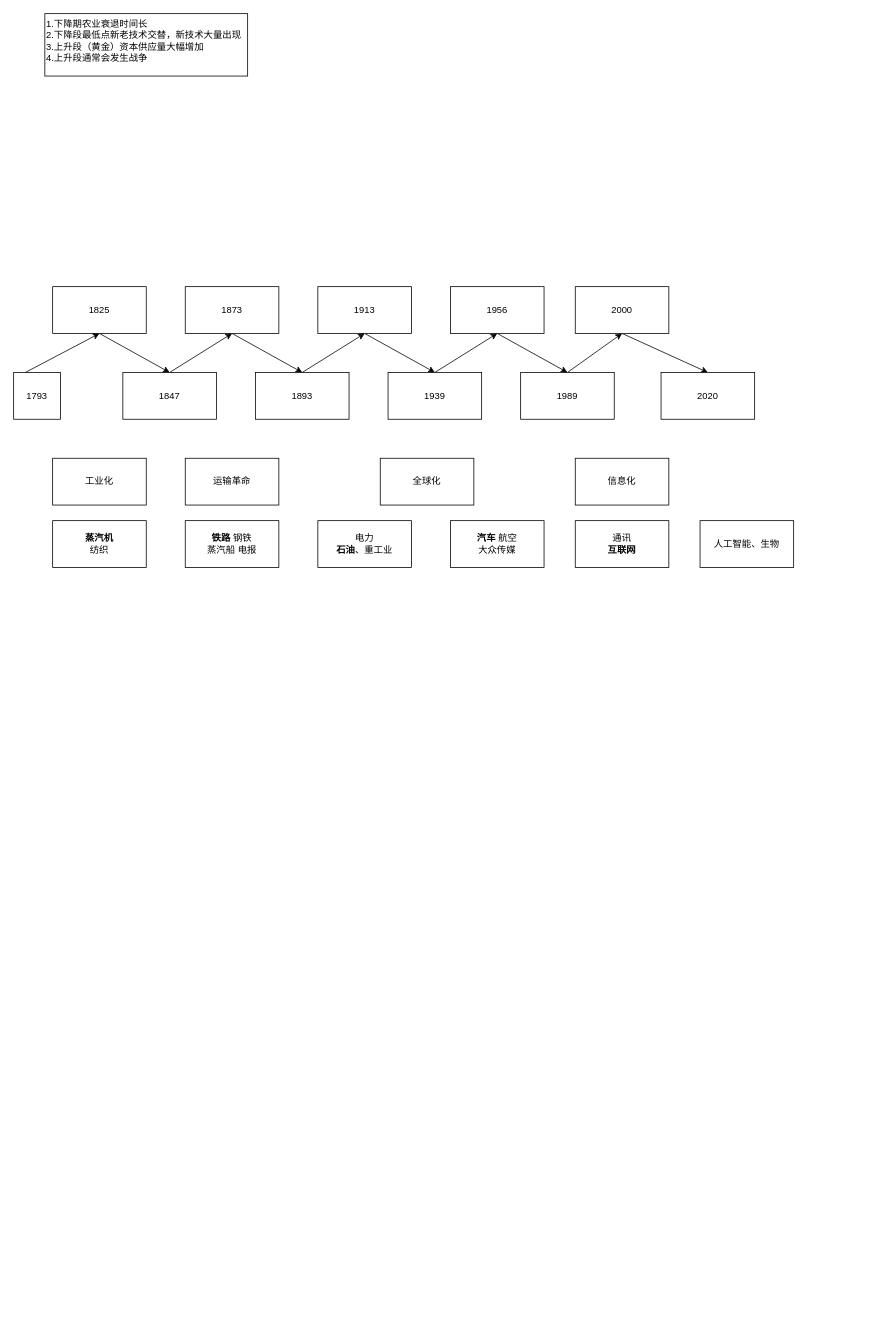
Before: 经济周期.drawio in CaptainCCCP/Draw-io-cloud, a draw.io diagram. Source tidied: cells renumbered, new cells numbered last; positions are measured from the earlier drawing's top-left corner, leaving out a move shared by most shapes. Both pictures are drawn from the tidied source at 78%, with x=0, y=0 at pixel (13, 13).
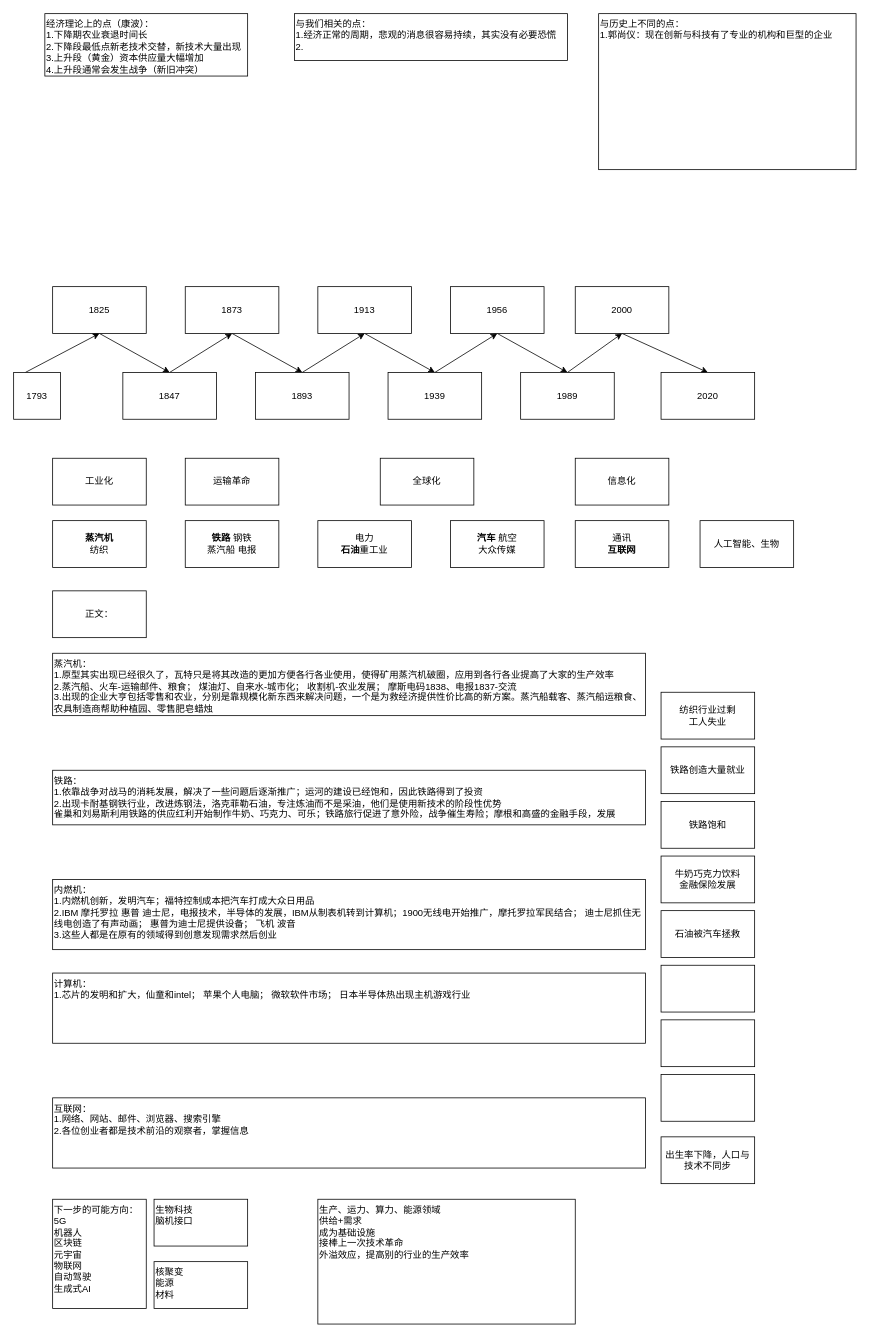
The same diagram, later.

Commit message:
更新经济周期.drawio

Change to the diagram source:
```diff
@@
-    <mxCell id="13" value="电力&lt;div&gt;&lt;b&gt;石油&lt;/b&gt;、重工业&lt;/div&gt;" style="whiteSpace=wrap;html=1;" parent="1" vertex="1">
+    <mxCell id="13" value="电力&lt;div&gt;&lt;b&gt;石油&lt;/b&gt;重工业&lt;/div&gt;" style="whiteSpace=wrap;html=1;" parent="1" vertex="1">
       <mxGeometry x="390" y="650" width="120" height="60" as="geometry" />
     </mxCell>
@@
-    <mxCell id="33" value="1.下降期农业衰退时间长&lt;div&gt;2.下降段最低点新老技术交替，新技术大量出现&lt;/div&gt;&lt;div&gt;3.上升段（黄金）资本供应量大幅增加&lt;/div&gt;&lt;div&gt;4.上升段通常会发生战争&lt;/div&gt;&lt;div&gt;&lt;br&gt;&lt;/div&gt;" style="whiteSpace=wrap;html=1;align=left;verticalAlign=top;" parent="1" vertex="1">
+    <mxCell id="33" value="&lt;div&gt;经济理论上的点（康波）：&lt;/div&gt;1.下降期农业衰退时间长&lt;div&gt;2.下降段最低点新老技术交替，新技术大量出现&lt;/div&gt;&lt;div&gt;3.上升段（黄金）资本供应量大幅增加&lt;/div&gt;&lt;div&gt;4.上升段通常会发生战争（新旧冲突）&lt;/div&gt;&lt;div&gt;&lt;br&gt;&lt;/div&gt;" style="whiteSpace=wrap;html=1;align=left;verticalAlign=top;" parent="1" vertex="1">
       <mxGeometry x="40" width="260" height="80" as="geometry" />
     </mxCell>
+    <mxCell id="34" value="与我们相关的点：&lt;div&gt;1.经济正常的周期，悲观的消息很容易持续，其实没有必要恐慌&lt;/div&gt;&lt;div&gt;2.&lt;/div&gt;" style="whiteSpace=wrap;html=1;align=left;verticalAlign=top;" parent="1" vertex="1">
+      <mxGeometry x="360" width="350" height="60" as="geometry" />
+    </mxCell>
+    <mxCell id="35" value="正文：" style="whiteSpace=wrap;html=1;" parent="1" vertex="1">
+      <mxGeometry x="50" y="740" width="120" height="60" as="geometry" />
+    </mxCell>
+    <mxCell id="36" value="蒸汽机：&lt;div&gt;1.原型其实出现已经很久了，瓦特只是将其改造的更加方便各行各业使用，使得矿用蒸汽机破圈，应用到各行各业提高了大家的生产效率&lt;/div&gt;&lt;div&gt;2.&lt;span style=&quot;text-align: center; background-color: initial;&quot;&gt;蒸汽船、火车-运输邮件、粮食；&amp;nbsp;&lt;/span&gt;&lt;span style=&quot;text-align: center; background-color: initial;&quot;&gt;煤油灯、自来水-城市化；&amp;nbsp;&lt;/span&gt;&lt;span style=&quot;text-align: center; background-color: initial;&quot;&gt;收割机-农业发展；&amp;nbsp;&lt;/span&gt;&lt;span style=&quot;text-align: center; background-color: initial;&quot;&gt;摩斯电码1838、电报1837-交流&lt;/span&gt;&lt;/div&gt;&lt;div&gt;&lt;span style=&quot;text-align: center; background-color: initial;&quot;&gt;3.出现的企业大亨包括零售和农业，分别是靠规模化新东西来解决问题，一个是为救经济提供性价比高的新方案。蒸汽船载客、蒸汽船运粮食、农具制造商帮助种植园、零售肥皂蜡烛&lt;/span&gt;&lt;/div&gt;" style="whiteSpace=wrap;html=1;align=left;verticalAlign=top;" parent="1" vertex="1">
+      <mxGeometry x="50" y="820" width="760" height="80" as="geometry" />
+    </mxCell>
+    <mxCell id="37" value="与历史上不同的点：&lt;div&gt;1.郭尚仪：现在创新与科技有了专业的机构和巨型的企业&lt;/div&gt;" style="whiteSpace=wrap;html=1;align=left;verticalAlign=top;" parent="1" vertex="1">
+      <mxGeometry x="750" width="330" height="200" as="geometry" />
+    </mxCell>
+    <mxCell id="38" value="铁路：&lt;div&gt;1.依靠战争对战马的消耗发展，解决了一些问题后逐渐推广；运河的建设已经饱和，因此铁路得到了投资&lt;/div&gt;&lt;div&gt;2.出现卡耐基钢铁行业，改进炼钢法，洛克菲勒石油，专注炼油而不是采油，他们是使用新技术的阶段性优势&lt;/div&gt;&lt;div&gt;雀巢和刘易斯利用铁路的供应红利开始制作牛奶、巧克力、可乐；铁路旅行促进了意外险，战争催生寿险；摩根和高盛的金融手段，发展&lt;/div&gt;" style="whiteSpace=wrap;html=1;align=left;verticalAlign=top;" parent="1" vertex="1">
+      <mxGeometry x="50" y="970" width="760" height="70" as="geometry" />
+    </mxCell>
+    <mxCell id="39" value="纺织行业过剩&lt;div&gt;工人失业&lt;/div&gt;" style="whiteSpace=wrap;html=1;" parent="1" vertex="1">
+      <mxGeometry x="830" y="870" width="120" height="60" as="geometry" />
+    </mxCell>
+    <mxCell id="40" value="铁路创造大量就业" style="whiteSpace=wrap;html=1;" parent="1" vertex="1">
+      <mxGeometry x="830" y="940" width="120" height="60" as="geometry" />
+    </mxCell>
+    <mxCell id="41" value="牛奶巧克力饮料&lt;div&gt;金融保险发展&lt;/div&gt;" style="whiteSpace=wrap;html=1;" parent="1" vertex="1">
+      <mxGeometry x="830" y="1080" width="120" height="60" as="geometry" />
+    </mxCell>
+    <mxCell id="42" value="铁路饱和" style="whiteSpace=wrap;html=1;" parent="1" vertex="1">
+      <mxGeometry x="830" y="1010" width="120" height="60" as="geometry" />
+    </mxCell>
+    <mxCell id="43" value="内燃机：&lt;div&gt;1.内燃机创新，发明汽车；福特控制成本把汽车打成大众日用品&lt;/div&gt;&lt;div&gt;2.IBM 摩托罗拉 惠普 迪士尼，电报技术，半导体的发展，IBM从制表机转到计算机；&lt;span style=&quot;background-color: initial;&quot;&gt;1900无线电开始推广，摩托罗拉军民结合； 迪士尼抓住无线电创造了有声动画； 惠普为迪士尼提供设备； 飞机 波音&lt;/span&gt;&lt;/div&gt;&lt;div&gt;&lt;span style=&quot;background-color: initial;&quot;&gt;3.这些人都是在原有的领域得到创意发现需求然后创业&lt;/span&gt;&lt;/div&gt;&lt;div&gt;&lt;span style=&quot;background-color: initial;&quot;&gt;&lt;br&gt;&lt;/span&gt;&lt;/div&gt;" style="whiteSpace=wrap;html=1;align=left;verticalAlign=top;" parent="1" vertex="1">
+      <mxGeometry x="50" y="1110" width="760" height="90" as="geometry" />
+    </mxCell>
+    <mxCell id="44" value="石油被汽车拯救" style="whiteSpace=wrap;html=1;" parent="1" vertex="1">
+      <mxGeometry x="830" y="1150" width="120" height="60" as="geometry" />
+    </mxCell>
+    <mxCell id="45" value="&lt;div&gt;&lt;span style=&quot;background-color: initial;&quot;&gt;计算机：&lt;/span&gt;&lt;/div&gt;&lt;div&gt;&lt;span style=&quot;background-color: initial;&quot;&gt;1.芯片的发明和扩大，仙童和intel； 苹果个人电脑； 微软软件市场； 日本半导体热出现主机游戏行业&lt;/span&gt;&lt;/div&gt;" style="whiteSpace=wrap;html=1;align=left;verticalAlign=top;" parent="1" vertex="1">
+      <mxGeometry x="50" y="1230" width="760" height="90" as="geometry" />
+    </mxCell>
+    <mxCell id="46" style="whiteSpace=wrap;html=1;" parent="1" vertex="1">
+      <mxGeometry x="830" y="1220" width="120" height="60" as="geometry" />
+    </mxCell>
+    <mxCell id="47" value="互联网：&lt;div&gt;1.网络、网站、邮件、浏览器、搜索引擎&lt;/div&gt;&lt;div&gt;2.各位创业者都是技术前沿的观察者，掌握信息&lt;br&gt;&lt;div&gt;&lt;br&gt;&lt;/div&gt;&lt;/div&gt;" style="whiteSpace=wrap;html=1;align=left;verticalAlign=top;" parent="1" vertex="1">
+      <mxGeometry x="50" y="1390" width="760" height="90" as="geometry" />
+    </mxCell>
+    <mxCell id="48" style="whiteSpace=wrap;html=1;" parent="1" vertex="1">
+      <mxGeometry x="830" y="1290" width="120" height="60" as="geometry" />
+    </mxCell>
+    <mxCell id="49" style="whiteSpace=wrap;html=1;" parent="1" vertex="1">
+      <mxGeometry x="830" y="1360" width="120" height="60" as="geometry" />
+    </mxCell>
+    <mxCell id="50" value="出生率下降，人口与技术不同步" style="whiteSpace=wrap;html=1;" parent="1" vertex="1">
+      <mxGeometry x="830" y="1440" width="120" height="60" as="geometry" />
+    </mxCell>
+    <mxCell id="51" value="下一步的可能方向：&lt;div&gt;5G&lt;/div&gt;&lt;div&gt;机器人&lt;/div&gt;&lt;div&gt;区块链&lt;/div&gt;&lt;div&gt;元宇宙&lt;/div&gt;&lt;div&gt;物联网&lt;/div&gt;&lt;div&gt;自动驾驶&lt;/div&gt;&lt;div&gt;生成式AI&lt;/div&gt;" style="whiteSpace=wrap;html=1;align=left;verticalAlign=top;" parent="1" vertex="1">
+      <mxGeometry x="50" y="1520" width="120" height="140" as="geometry" />
+    </mxCell>
+    <mxCell id="52" value="核聚变&lt;div&gt;&lt;div&gt;能源&lt;/div&gt;&lt;div&gt;材料&lt;/div&gt;&lt;/div&gt;" style="whiteSpace=wrap;html=1;verticalAlign=top;align=left;" parent="1" vertex="1">
+      <mxGeometry x="180" y="1600" width="120" height="60" as="geometry" />
+    </mxCell>
+    <mxCell id="53" value="&lt;div style=&quot;&quot;&gt;生物科技&lt;/div&gt;&lt;div style=&quot;&quot;&gt;脑机接口&lt;/div&gt;" style="whiteSpace=wrap;html=1;verticalAlign=top;align=left;" parent="1" vertex="1">
+      <mxGeometry x="180" y="1520" width="120" height="60" as="geometry" />
+    </mxCell>
+    <mxCell id="54" value="生产、运力、算力、能源领域&lt;div&gt;供给+需求&lt;/div&gt;&lt;div&gt;成为基础设施&lt;/div&gt;&lt;div&gt;接棒上一次技术革命&lt;/div&gt;&lt;div&gt;外溢效应，提高别的行业的生产效率&lt;/div&gt;" style="whiteSpace=wrap;html=1;align=left;verticalAlign=top;" parent="1" vertex="1">
+      <mxGeometry x="390" y="1520" width="330" height="160" as="geometry" />
+    </mxCell>
```
